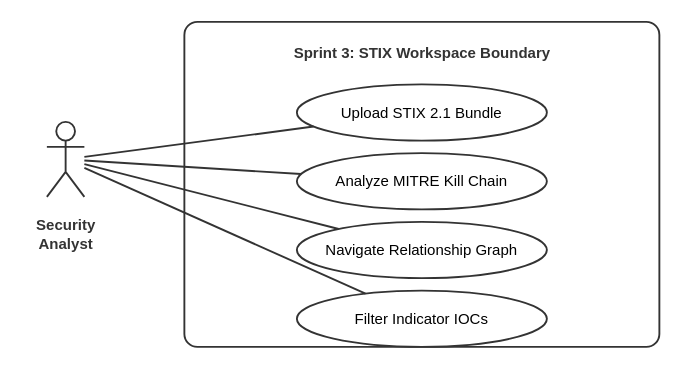
Above: rapport-pfe/assets/s3_usecase.drawio in jb-brahim/predictra-threat-map (draw.io), before the change. Source tidied: cells renumbered, new cells numbered last; positions are measured from the earlier drawing's top-left corner, leaving out a move shared by most shapes. Both pictures are drawn from the tidied source at 125%, with x=0, y=0 at pixel (21, 21).
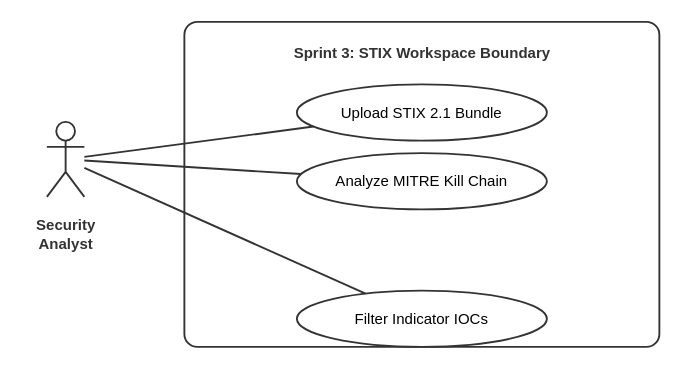
The same page after the edit.

Diff of the diagram source:
```diff
@@
 <mxGraphModel>
   <root>
     <mxCell id="0" />
     <mxCell id="1" parent="0" />
     <mxCell id="2" style="rounded=1;whiteSpace=wrap;html=1;fillColor=#FFFFFF;strokeColor=#333333;strokeWidth=1.5;align=center;verticalAlign=top;fontStyle=1;spacingTop=10;arcSize=4;" parent="1" vertex="1">
       <mxGeometry x="130" width="380" height="260" as="geometry" />
     </mxCell>
     <mxCell id="3" value="&lt;b&gt;Sprint 3: STIX Workspace Boundary&lt;/b&gt;" style="text;html=1;align=center;verticalAlign=middle;strokeColor=none;fillColor=none;fontSize=12;fontColor=#333333;" parent="1" vertex="1">
       <mxGeometry x="230" y="10" width="180" height="30" as="geometry" />
     </mxCell>
     <mxCell id="4" style="shape=umlActor;verticalLabelPosition=bottom;verticalAlign=top;html=1;outlineConnect=0;strokeColor=#333333;strokeWidth=1.5;fillColor=#FFFFFF;" parent="1" vertex="1">
       <mxGeometry x="20" y="80" width="30" height="60" as="geometry" />
     </mxCell>
     <mxCell id="5" value="&lt;b&gt;Security&lt;br&gt;Analyst&lt;/b&gt;" style="text;html=1;align=center;verticalAlign=middle;strokeColor=none;fillColor=none;fontSize=12;fontColor=#333333;" parent="1" vertex="1">
       <mxGeometry y="150" width="70" height="40" as="geometry" />
     </mxCell>
     <mxCell id="6" value="Upload STIX 2.1 Bundle" style="ellipse;whiteSpace=wrap;html=1;fillColor=#FFFFFF;strokeColor=#333333;strokeWidth=1.5;fontColor=#000000;align=center;" parent="1" vertex="1">
       <mxGeometry x="220" y="50" width="200" height="45" as="geometry" />
     </mxCell>
     <mxCell id="7" value="Analyze MITRE Kill Chain" style="ellipse;whiteSpace=wrap;html=1;fillColor=#FFFFFF;strokeColor=#333333;strokeWidth=1.5;fontColor=#000000;align=center;" parent="1" vertex="1">
       <mxGeometry x="220" y="105" width="200" height="45" as="geometry" />
     </mxCell>
-    <mxCell id="8" value="Navigate Relationship Graph" style="ellipse;whiteSpace=wrap;html=1;fillColor=#FFFFFF;strokeColor=#333333;strokeWidth=1.5;fontColor=#000000;align=center;" parent="1" vertex="1">
-      <mxGeometry x="220" y="160" width="200" height="45" as="geometry" />
-    </mxCell>
     <mxCell id="9" value="Filter Indicator IOCs" style="ellipse;whiteSpace=wrap;html=1;fillColor=#FFFFFF;strokeColor=#333333;strokeWidth=1.5;fontColor=#000000;align=center;" parent="1" vertex="1">
       <mxGeometry x="220" y="215" width="200" height="45" as="geometry" />
     </mxCell>
     <mxCell id="10" style="strokeColor=#333333;strokeWidth=1.5;endArrow=none;" parent="1" edge="1" source="4" target="6">
       <mxGeometry relative="1" as="geometry" />
     </mxCell>
     <mxCell id="11" style="strokeColor=#333333;strokeWidth=1.5;endArrow=none;" parent="1" edge="1" source="4" target="7">
       <mxGeometry relative="1" as="geometry" />
     </mxCell>
-    <mxCell id="12" style="strokeColor=#333333;strokeWidth=1.5;endArrow=none;" parent="1" edge="1" source="4" target="8">
-      <mxGeometry relative="1" as="geometry" />
-    </mxCell>
     <mxCell id="13" style="strokeColor=#333333;strokeWidth=1.5;endArrow=none;" parent="1" edge="1" source="4" target="9">
       <mxGeometry relative="1" as="geometry" />
     </mxCell>
   </root>
 </mxGraphModel>
```
